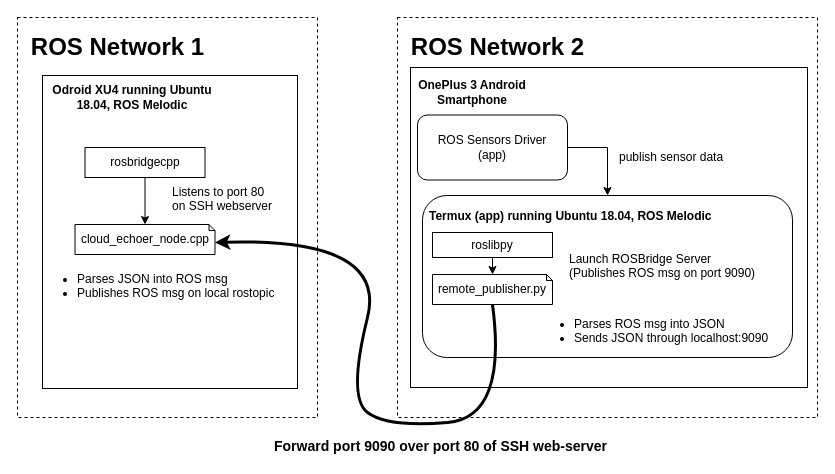
The draw.io diagram ROSBridge Architecture.drawio in prasannawilliams/high-level-architecture, before the edit. Source tidied: cells renumbered, new cells numbered last; positions are measured from the earlier drawing's top-left corner, leaving out a move shared by most shapes. Both pictures are drawn from the tidied source at 100%, with x=0, y=0 at pixel (17, 17).
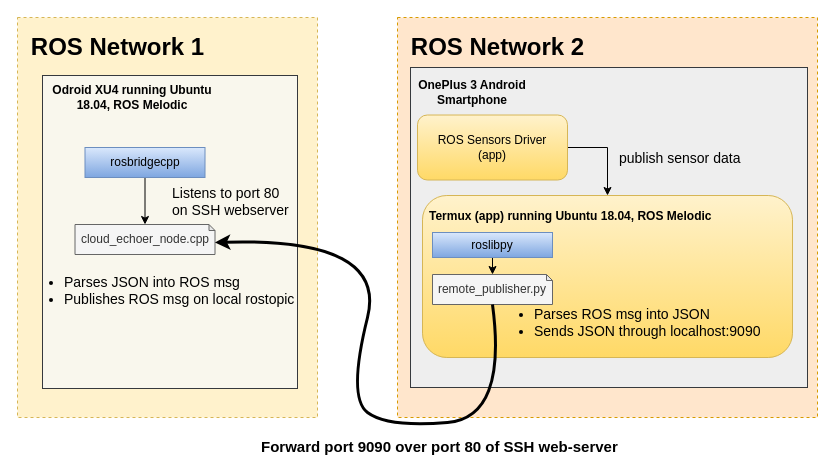
After the change.

Diff of the diagram source:
```diff
@@
-    <mxCell id="2" style="rounded=0;whiteSpace=wrap;html=1;dashed=1;" parent="1" vertex="1">
+    <mxCell id="2" style="rounded=0;whiteSpace=wrap;html=1;dashed=1;fillColor=#fff2cc;strokeColor=#d6b656;" parent="1" vertex="1">
       <mxGeometry width="300" height="400" as="geometry" />
     </mxCell>
-    <mxCell id="3" style="rounded=0;whiteSpace=wrap;html=1;dashed=1;" parent="1" vertex="1">
+    <mxCell id="3" style="rounded=0;whiteSpace=wrap;html=1;dashed=1;fillColor=#ffe6cc;strokeColor=#d79b00;" parent="1" vertex="1">
       <mxGeometry x="380" width="420" height="400" as="geometry" />
     </mxCell>
-    <mxCell id="4" style="rounded=0;whiteSpace=wrap;html=1;" parent="1" vertex="1">
+    <mxCell id="4" style="rounded=0;whiteSpace=wrap;html=1;fillColor=#eeeeee;strokeColor=#36393d;" parent="1" vertex="1">
       <mxGeometry x="393" y="50" width="397" height="320" as="geometry" />
     </mxCell>
-    <mxCell id="5" value="&lt;h4 style=&quot;text-align: center&quot;&gt;&lt;br&gt;&lt;/h4&gt;" style="rounded=0;whiteSpace=wrap;html=1;" parent="1" vertex="1">
+    <mxCell id="5" value="&lt;h4 style=&quot;text-align: center&quot;&gt;&lt;br&gt;&lt;/h4&gt;" style="rounded=0;whiteSpace=wrap;html=1;fillColor=#f9f7ed;strokeColor=#36393d;" parent="1" vertex="1">
       <mxGeometry x="25" y="58" width="255" height="313" as="geometry" />
     </mxCell>
@@
-    <mxCell id="7" value="rosbridgecpp" style="rounded=0;whiteSpace=wrap;html=1;" parent="1" vertex="1">
+    <mxCell id="7" value="rosbridgecpp" style="rounded=0;whiteSpace=wrap;html=1;gradientColor=#7ea6e0;fillColor=#dae8fc;strokeColor=#6c8ebf;" parent="1" vertex="1">
       <mxGeometry x="67.5" y="130" width="120" height="30" as="geometry" />
     </mxCell>
-    <mxCell id="8" value="cloud_echoer_node.cpp" style="shape=note;whiteSpace=wrap;html=1;backgroundOutline=1;darkOpacity=0.05;size=6;" parent="1" vertex="1">
+    <mxCell id="8" value="cloud_echoer_node.cpp" style="shape=note;whiteSpace=wrap;html=1;backgroundOutline=1;darkOpacity=0.05;size=6;fillColor=#f5f5f5;strokeColor=#666666;fontColor=#333333;" parent="1" vertex="1">
       <mxGeometry x="57.5" y="207" width="140" height="30" as="geometry" />
     </mxCell>
-    <mxCell id="9" value="&lt;ul&gt;&lt;li&gt;Parses JSON into ROS msg&lt;/li&gt;&lt;li&gt;Publishes ROS msg on local rostopic&lt;/li&gt;&lt;/ul&gt;" style="text;html=1;align=left;verticalAlign=top;spacingTop=-4;" parent="1" vertex="1">
-      <mxGeometry x="17.5" y="240" width="250" height="50" as="geometry" />
+    <mxCell id="9" value="&lt;ul style=&quot;font-size: 14px;&quot;&gt;&lt;li style=&quot;font-size: 14px;&quot;&gt;Parses JSON into ROS msg&lt;/li&gt;&lt;li style=&quot;font-size: 14px;&quot;&gt;Publishes ROS msg on local rostopic&lt;/li&gt;&lt;/ul&gt;" style="text;html=1;align=left;verticalAlign=top;spacingTop=-4;fontSize=14;" parent="1" vertex="1">
+      <mxGeometry x="5" y="240" width="250" height="50" as="geometry" />
     </mxCell>
-    <mxCell id="10" value="Listens to port 80 &lt;br&gt;on SSH webserver" style="text;html=1;align=left;verticalAlign=top;spacingTop=-4;" parent="1" vertex="1">
+    <mxCell id="10" value="Listens to port 80 &lt;br style=&quot;font-size: 14px;&quot;&gt;on SSH webserver" style="text;html=1;align=left;verticalAlign=top;spacingTop=-4;fontSize=14;" parent="1" vertex="1">
       <mxGeometry x="152.5" y="165" width="120" height="30" as="geometry" />
     </mxCell>
@@
-    <mxCell id="15" style="rounded=1;whiteSpace=wrap;html=1;" parent="1" vertex="1">
+    <mxCell id="15" style="rounded=1;whiteSpace=wrap;html=1;gradientColor=#ffd966;fillColor=#fff2cc;strokeColor=#d6b656;" parent="1" vertex="1">
       <mxGeometry x="405" y="178" width="370" height="162" as="geometry" />
     </mxCell>
@@
-    <mxCell id="17" value="ROS Sensors Driver &lt;br&gt;(app)" style="rounded=1;whiteSpace=wrap;html=1;" parent="1" vertex="1">
+    <mxCell id="17" value="ROS Sensors Driver &lt;br&gt;(app)" style="rounded=1;whiteSpace=wrap;html=1;gradientColor=#ffd966;fillColor=#fff2cc;strokeColor=#d6b656;" parent="1" vertex="1">
       <mxGeometry x="400" y="97.5" width="150" height="65" as="geometry" />
     </mxCell>
@@
-    <mxCell id="20" value="roslibpy" style="rounded=0;whiteSpace=wrap;html=1;" parent="1" vertex="1">
+    <mxCell id="20" value="roslibpy" style="rounded=0;whiteSpace=wrap;html=1;gradientColor=#7ea6e0;fillColor=#dae8fc;strokeColor=#6c8ebf;" parent="1" vertex="1">
       <mxGeometry x="415" y="215" width="120" height="25" as="geometry" />
     </mxCell>
-    <mxCell id="21" value="remote_publisher.py" style="shape=note;whiteSpace=wrap;html=1;backgroundOutline=1;darkOpacity=0.05;size=6;" parent="1" vertex="1">
+    <mxCell id="21" value="remote_publisher.py" style="shape=note;whiteSpace=wrap;html=1;backgroundOutline=1;darkOpacity=0.05;size=6;fillColor=#f5f5f5;strokeColor=#666666;fontColor=#333333;" parent="1" vertex="1">
       <mxGeometry x="415" y="257" width="120" height="30" as="geometry" />
     </mxCell>
-    <mxCell id="22" value="Launch ROSBridge Server &lt;br&gt;(Publishes ROS msg on port 9090)" style="text;html=1;align=left;verticalAlign=top;spacingTop=-4;" parent="1" vertex="1">
-      <mxGeometry x="550" y="232" width="200" height="30" as="geometry" />
-    </mxCell>
-    <mxCell id="23" value="publish sensor data" style="text;html=1;align=left;verticalAlign=top;spacingTop=-4;" parent="1" vertex="1">
+    <mxCell id="23" value="publish sensor data" style="text;html=1;align=left;verticalAlign=top;spacingTop=-4;fontSize=14;" parent="1" vertex="1">
       <mxGeometry x="600" y="130" width="120" height="20" as="geometry" />
     </mxCell>
-    <mxCell id="24" value="&lt;ul&gt;&lt;li&gt;Parses ROS msg into JSON&lt;/li&gt;&lt;li&gt;Sends JSON through localhost:9090&lt;/li&gt;&lt;/ul&gt;" style="text;html=1;align=left;verticalAlign=top;spacingTop=-4;" parent="1" vertex="1">
-      <mxGeometry x="515" y="284.5" width="250" height="50" as="geometry" />
+    <mxCell id="24" value="&lt;ul style=&quot;font-size: 14px;&quot;&gt;&lt;li style=&quot;font-size: 14px;&quot;&gt;Parses ROS msg into JSON&lt;/li&gt;&lt;li style=&quot;font-size: 14px;&quot;&gt;Sends JSON through localhost:9090&lt;/li&gt;&lt;/ul&gt;" style="text;html=1;align=left;verticalAlign=top;spacingTop=-4;fontSize=14;" parent="1" vertex="1">
+      <mxGeometry x="475" y="272" width="250" height="50" as="geometry" />
     </mxCell>
@@
-    <mxCell id="26" value="&lt;div&gt;&lt;font style=&quot;font-size: 14px&quot;&gt;&lt;b&gt;Forward port 9090 over port 80 of SSH web-server&lt;/b&gt;&lt;/font&gt;&lt;/div&gt;" style="text;html=1;align=left;verticalAlign=top;spacingTop=-4;" parent="1" vertex="1">
-      <mxGeometry x="255" y="418" width="350" height="20" as="geometry" />
+    <mxCell id="26" value="&lt;div style=&quot;font-size: 15px;&quot;&gt;&lt;font style=&quot;font-size: 15px;&quot;&gt;&lt;b style=&quot;font-size: 15px;&quot;&gt;Forward port 9090 over port 80 of SSH web-server&lt;/b&gt;&lt;/font&gt;&lt;/div&gt;" style="text;html=1;align=left;verticalAlign=top;spacingTop=-4;fontSize=15;" parent="1" vertex="1">
+      <mxGeometry x="241.5" y="418" width="350" height="20" as="geometry" />
     </mxCell>
```
